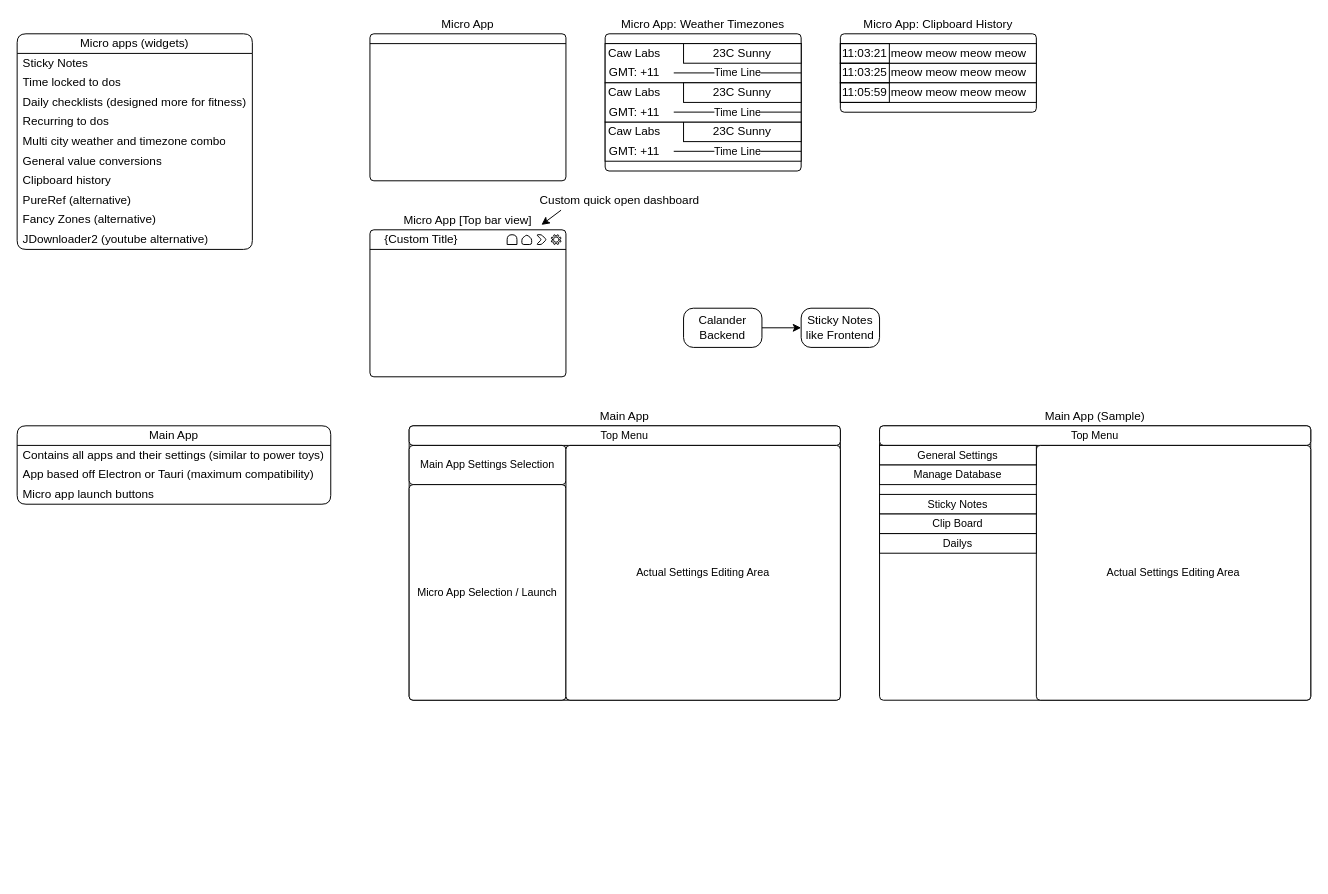
This is page "Brainstorm" (2 of 2) of Documentation/Pipit.drawio from CawLabs/Pipit, a draw.io file, before an edit. Source tidied: cells renumbered, new cells numbered last; positions are measured from the earlier drawing's top-left corner, leaving out a move shared by most shapes. Both pictures are drawn from the tidied source at 98%, with x=0, y=0 at pixel (17, 33).
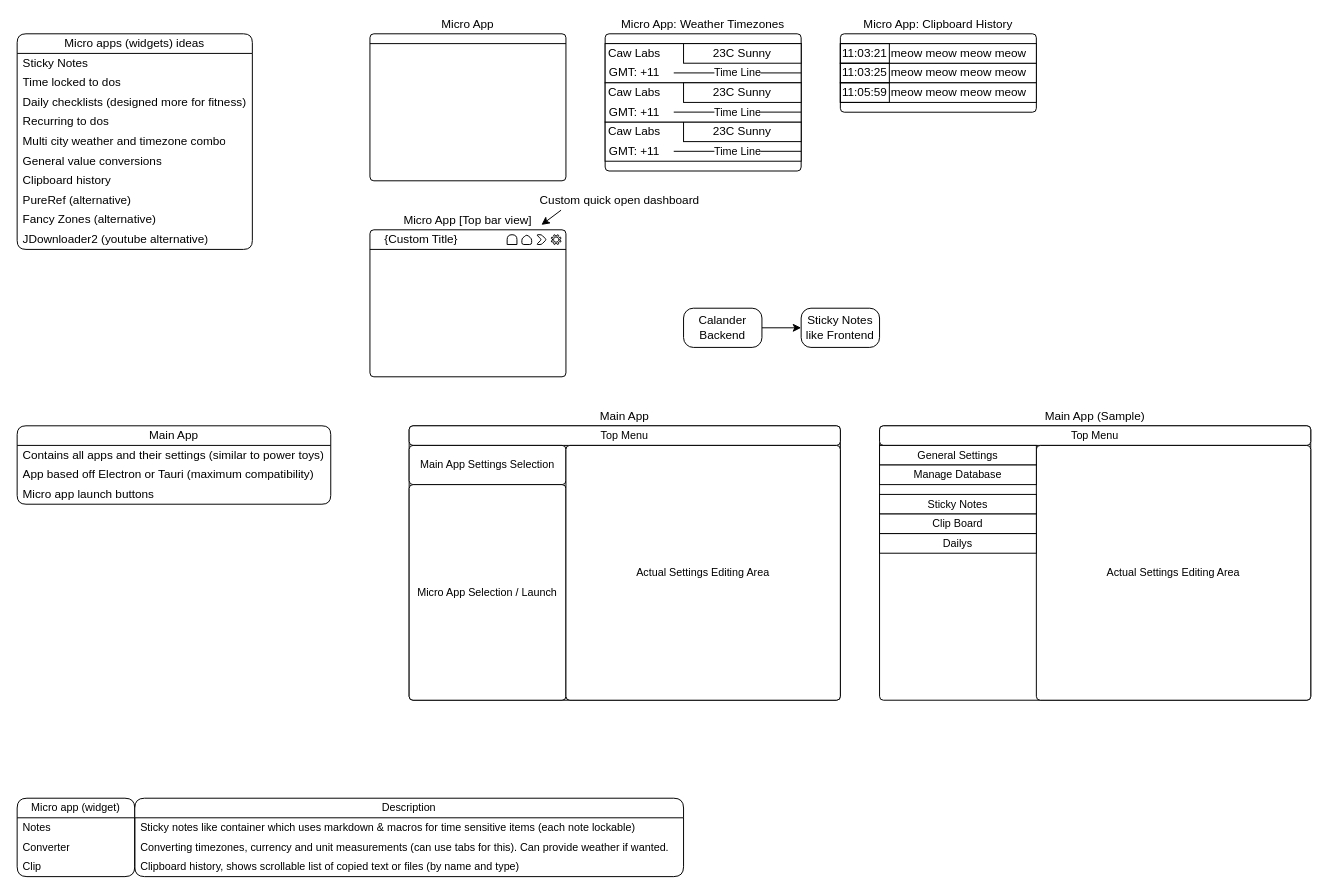
After the change.

Commit message:
Added Micro apps to add (sorted)

The edit, as a diff of the source:
```diff
@@
-    <mxCell id="2" value="Micro apps (widgets)" style="swimlane;fontStyle=0;horizontal=1;startSize=20;whiteSpace=wrap;html=1;rounded=1;swimlaneLine=1;shadow=0;" parent="1" vertex="1">
+    <mxCell id="2" value="Micro apps (widgets) ideas" style="swimlane;fontStyle=0;horizontal=1;startSize=20;whiteSpace=wrap;html=1;rounded=1;swimlaneLine=1;shadow=0;" parent="1" vertex="1">
       <mxGeometry width="240" height="220" as="geometry" />
     </mxCell>
@@
+    <mxCell id="71" value="Micro app (widget)" style="swimlane;fontStyle=0;horizontal=1;startSize=20;whiteSpace=wrap;html=1;fontFamily=Helvetica;fontSize=11;fontColor=default;labelBackgroundColor=default;rounded=1;absoluteArcSize=1;" parent="1" vertex="1">
+      <mxGeometry y="780" width="120" height="80" as="geometry" />
+    </mxCell>
+    <mxCell id="72" value="Notes" style="text;strokeColor=none;fillColor=none;align=left;verticalAlign=middle;spacingLeft=4;spacingRight=4;overflow=hidden;whiteSpace=wrap;html=1;fontFamily=Helvetica;fontSize=11;fontColor=default;labelBackgroundColor=default;" parent="71" vertex="1">
+      <mxGeometry y="20" width="120" height="20" as="geometry" />
+    </mxCell>
+    <mxCell id="73" value="Converter" style="text;strokeColor=none;fillColor=none;align=left;verticalAlign=middle;spacingLeft=4;spacingRight=4;overflow=hidden;whiteSpace=wrap;html=1;fontFamily=Helvetica;fontSize=11;fontColor=default;labelBackgroundColor=default;" parent="71" vertex="1">
+      <mxGeometry y="40" width="120" height="20" as="geometry" />
+    </mxCell>
+    <mxCell id="74" value="Clip" style="text;strokeColor=none;fillColor=none;align=left;verticalAlign=middle;spacingLeft=4;spacingRight=4;overflow=hidden;whiteSpace=wrap;html=1;fontFamily=Helvetica;fontSize=11;fontColor=default;labelBackgroundColor=default;" parent="71" vertex="1">
+      <mxGeometry y="60" width="120" height="20" as="geometry" />
+    </mxCell>
+    <mxCell id="75" value="Description" style="swimlane;fontStyle=0;horizontal=1;startSize=20;whiteSpace=wrap;html=1;fontFamily=Helvetica;fontSize=11;fontColor=default;labelBackgroundColor=default;rounded=1;absoluteArcSize=1;" parent="1" vertex="1">
+      <mxGeometry x="120" y="780" width="560" height="80" as="geometry" />
+    </mxCell>
+    <mxCell id="76" value="Sticky notes like container which uses markdown &amp;amp; macros for time sensitive items (each note lockable)" style="text;strokeColor=none;fillColor=none;align=left;verticalAlign=middle;spacingLeft=4;spacingRight=4;overflow=hidden;whiteSpace=wrap;html=1;fontFamily=Helvetica;fontSize=11;fontColor=default;labelBackgroundColor=default;" parent="75" vertex="1">
+      <mxGeometry y="20" width="560" height="20" as="geometry" />
+    </mxCell>
+    <mxCell id="77" value="Converting timezones, currency and unit measurements (can use tabs for this). Can provide weather if wanted." style="text;strokeColor=none;fillColor=none;align=left;verticalAlign=middle;spacingLeft=4;spacingRight=4;overflow=hidden;whiteSpace=wrap;html=1;fontFamily=Helvetica;fontSize=11;fontColor=default;labelBackgroundColor=default;" parent="75" vertex="1">
+      <mxGeometry y="40" width="560" height="20" as="geometry" />
+    </mxCell>
+    <mxCell id="78" value="Clipboard history, shows scrollable list of copied text or files (by name and type)" style="text;strokeColor=none;fillColor=none;align=left;verticalAlign=middle;spacingLeft=4;spacingRight=4;overflow=hidden;whiteSpace=wrap;html=1;fontFamily=Helvetica;fontSize=11;fontColor=default;labelBackgroundColor=default;" parent="75" vertex="1">
+      <mxGeometry y="60" width="560" height="20" as="geometry" />
+    </mxCell>
```
